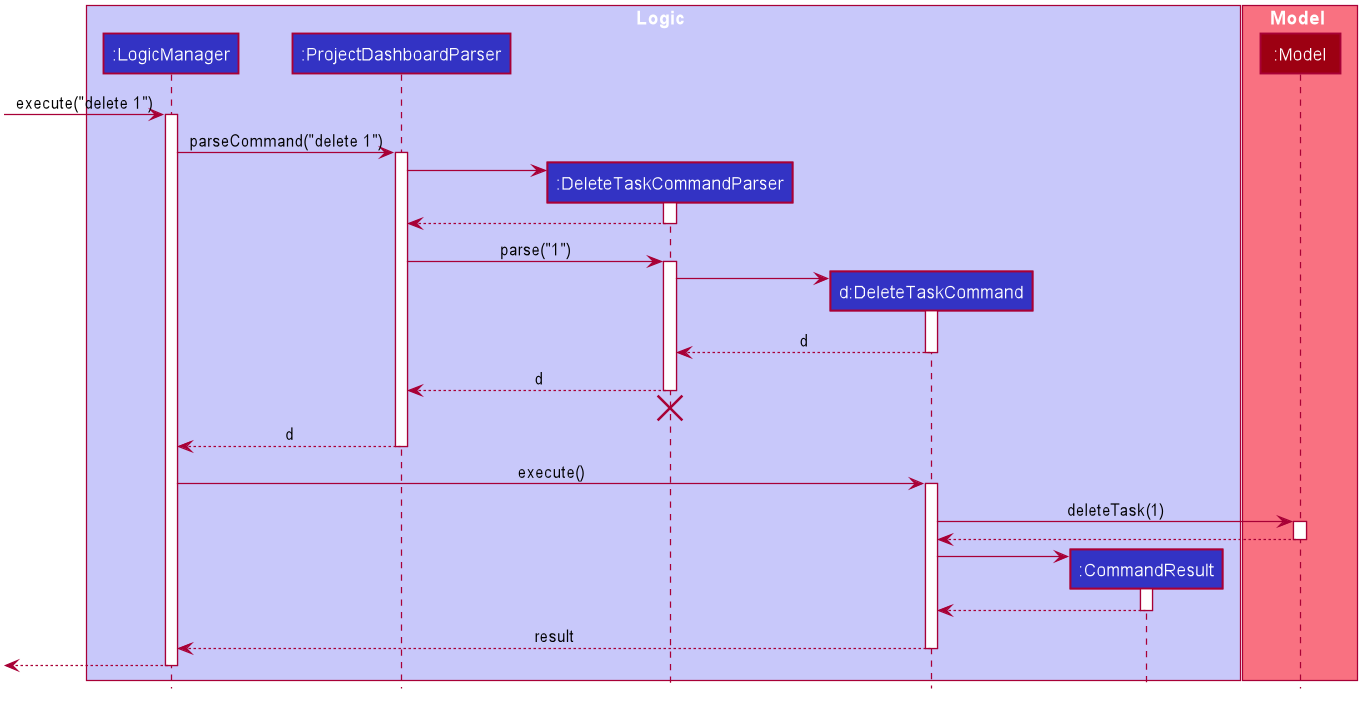
Before: docs/images/DeleteSequenceDiagram.png, a diagram exported from PlantUML (nus-cs2103-AY1920S1/addressbook-level3).
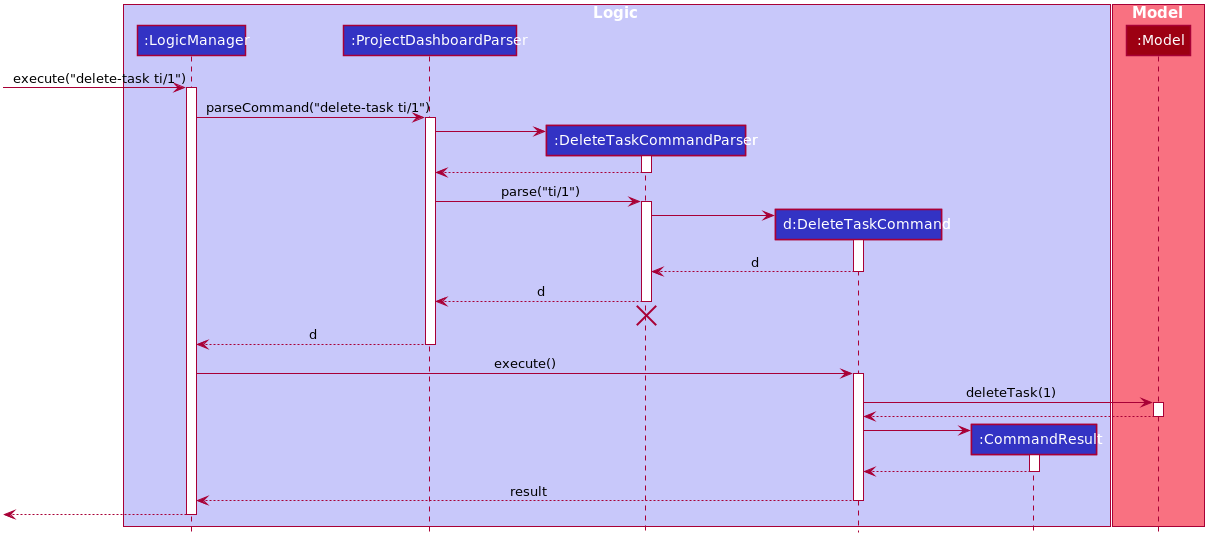
Later version of the same file.

What changed in the source:
```diff
@@ -1,4 +1,5 @@
 @startuml
+
 
 
 
@@ -60,10 +61,10 @@
 participant ":Model" as Model #9D0012
 end box
 
-[-> LogicManager : execute("delete 1")
+[-> LogicManager : execute("delete-task ti/1")
 activate LogicManager
 
-LogicManager -> ProjectDashboardParser : parseCommand("delete 1")
+LogicManager -> ProjectDashboardParser : parseCommand("delete-task ti/1")
 activate ProjectDashboardParser
 
 create DeleteTaskCommandParser
@@ -73,7 +74,7 @@
 DeleteTaskCommandParser --> ProjectDashboardParser
 deactivate DeleteTaskCommandParser
 
-ProjectDashboardParser -> DeleteTaskCommandParser : parse("1")
+ProjectDashboardParser -> DeleteTaskCommandParser : parse("ti/1")
 activate DeleteTaskCommandParser
 
 create DeleteTaskCommand
```
